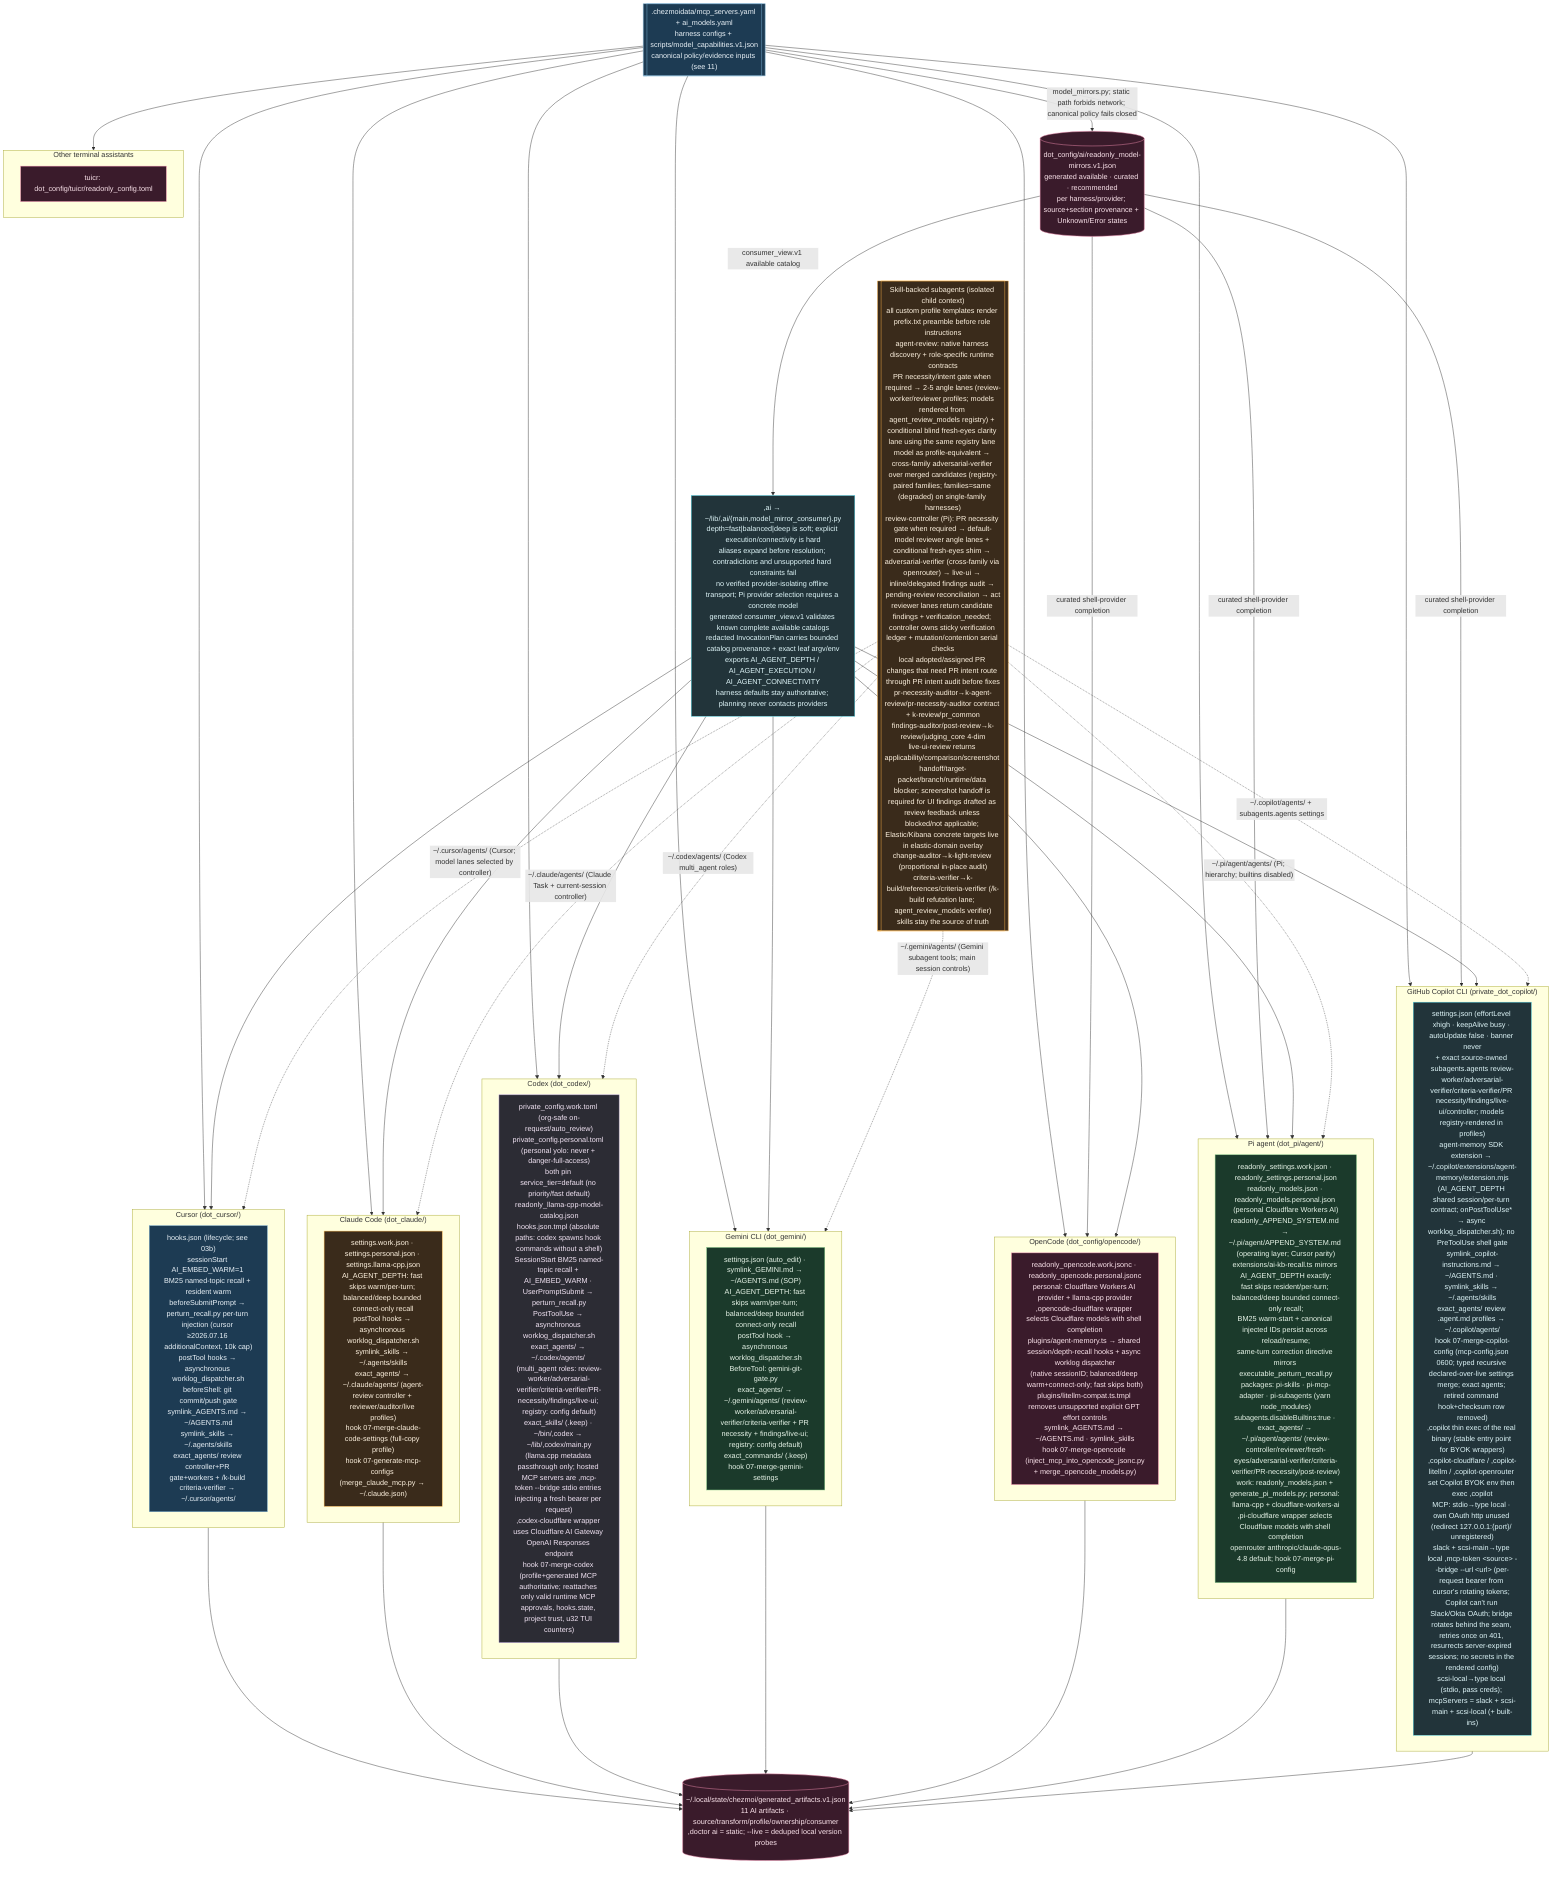
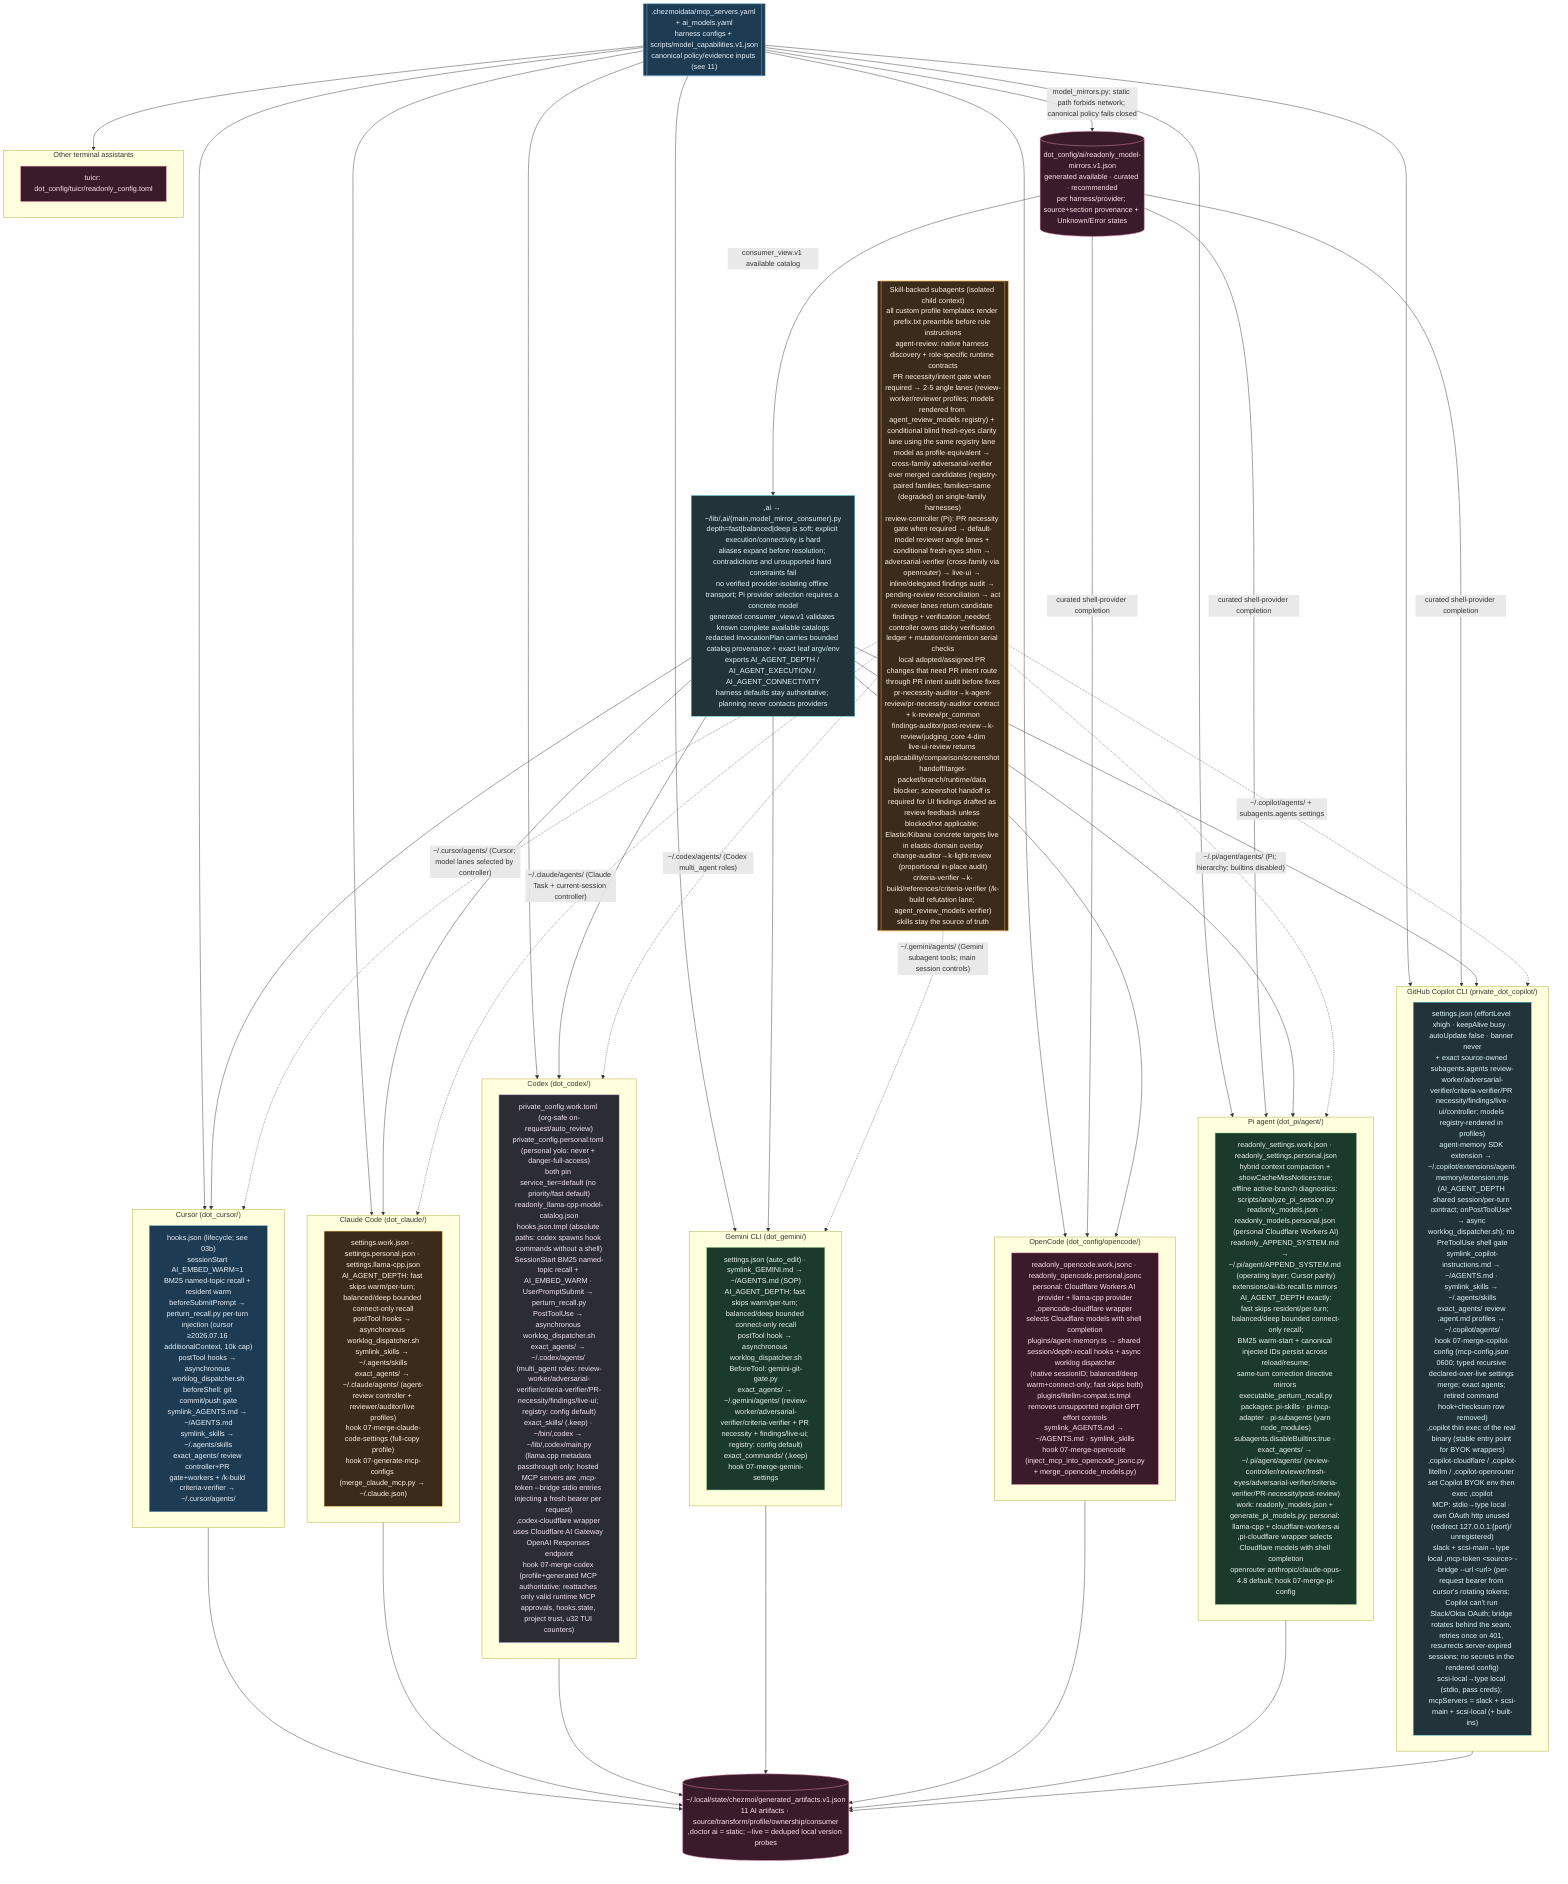
%% ============================================================================
%% 12-ai-tool-configs.mmd — Every per-tool AI config file in home/.
%% Pattern: source carries .work + .personal variants; a 07-merge-* hook picks
%% by isWork and merges generated MCP/model blocks into the live config.
%% ============================================================================
flowchart TB
    classDef cursor fill:#1d3b53,stroke:#7fb3d5,color:#eaf2f8;
    classDef claude fill:#3a2b1b,stroke:#ffb74d,color:#fff3e0;
    classDef codex fill:#2c2c34,stroke:#b39ddb,color:#f3e5f5;
    classDef gem fill:#1b3a2b,stroke:#81c784,color:#e8f5e9;
    classDef oc fill:#3a1b2b,stroke:#f48fb1,color:#fce4ec;
    classDef cop fill:#22343a,stroke:#4dd0e1,color:#e0f7fa;

    LAUNCH[",ai → ~/lib/,ai/{main,model_mirror_consumer}.py<br/>depth=fast|balanced|deep is soft; explicit execution/connectivity is hard<br/>aliases expand before resolution; contradictions and unsupported hard constraints fail<br/>no verified provider-isolating offline transport; Pi provider selection requires a concrete model<br/>generated consumer_view.v1 validates known complete available catalogs<br/>redacted InvocationPlan carries bounded catalog provenance + exact leaf argv/env<br/>exports AI_AGENT_DEPTH / AI_AGENT_EXECUTION / AI_AGENT_CONNECTIVITY<br/>harness defaults stay authoritative; planning never contacts providers"]:::cop

    subgraph CURSOR["Cursor (dot_cursor/)"]
        CU["hooks.json (lifecycle; see 03b)<br/>sessionStart AI_EMBED_WARM=1 BM25 named-topic recall + resident warm<br/>beforeSubmitPrompt → perturn_recall.py per-turn injection (cursor ≥2026.07.16 additionalContext, 10k cap)<br/>postTool hooks → asynchronous worklog_dispatcher.sh<br/>beforeShell: git commit/push gate<br/>symlink_AGENTS.md → ~/AGENTS.md<br/>symlink_skills → ~/.agents/skills<br/>exact_agents/ review controller+PR gate+workers + /k-build criteria-verifier → ~/.cursor/agents/"]:::cursor
    end

    subgraph CLAUDE["Claude Code (dot_claude/)"]
        CLD["settings.work.json · settings.personal.json · settings.llama-cpp.json<br/>AI_AGENT_DEPTH: fast skips warm/per-turn; balanced/deep bounded connect-only recall<br/>postTool hooks → asynchronous worklog_dispatcher.sh<br/>symlink_skills → ~/.agents/skills<br/>exact_agents/ → ~/.claude/agents/ (agent-review controller + reviewer/auditor/live profiles)<br/>hook 07-merge-claude-code-settings (full-copy profile)<br/>hook 07-generate-mcp-configs (merge_claude_mcp.py → ~/.claude.json)"]:::claude
    end

    subgraph CODEX["Codex (dot_codex/)"]
        CDX["private_config.work.toml (org-safe on-request/auto_review)<br/>private_config.personal.toml (personal yolo: never + danger-full-access)<br/>both pin service_tier=default (no priority/fast default)<br/>readonly_llama-cpp-model-catalog.json<br/>hooks.json.tmpl (absolute paths: codex spawns hook commands without a shell)<br/>SessionStart BM25 named-topic recall + AI_EMBED_WARM · UserPromptSubmit → perturn_recall.py<br/>PostToolUse → asynchronous worklog_dispatcher.sh<br/>exact_agents/ → ~/.codex/agents/ (multi_agent roles: review-worker/adversarial-verifier/criteria-verifier/PR-necessity/findings/live-ui; registry: config default)<br/>exact_skills/ (.keep) · ~/bin/,codex → ~/lib/,codex/main.py<br/>(llama.cpp metadata passthrough only; hosted MCP servers are ,mcp-token --bridge stdio entries injecting a fresh bearer per request)<br/>,codex-cloudflare wrapper uses Cloudflare AI Gateway OpenAI Responses endpoint<br/>hook 07-merge-codex (profile+generated MCP authoritative; reattaches only valid runtime MCP approvals, hooks.state, project trust, u32 TUI counters)"]:::codex
    end

    subgraph GEMINI["Gemini CLI (dot_gemini/)"]
        GMN["settings.json (auto_edit) · symlink_GEMINI.md → ~/AGENTS.md (SOP)<br/>AI_AGENT_DEPTH: fast skips warm/per-turn; balanced/deep bounded connect-only recall<br/>postTool hook → asynchronous worklog_dispatcher.sh<br/>BeforeTool: gemini-git-gate.py<br/>exact_agents/ → ~/.gemini/agents/ (review-worker/adversarial-verifier/criteria-verifier + PR necessity + findings/live-ui; registry: config default)<br/>exact_commands/ (.keep)<br/>hook 07-merge-gemini-settings"]:::gem
    end

    subgraph OPENCODE["OpenCode (dot_config/opencode/)"]
        OPC["readonly_opencode.work.jsonc · readonly_opencode.personal.jsonc<br/>personal: Cloudflare Workers AI provider + llama-cpp provider<br/>,opencode-cloudflare wrapper selects Cloudflare models with shell completion<br/>plugins/agent-memory.ts → shared session/depth-recall hooks + async worklog dispatcher<br/>(native sessionID; balanced/deep warm+connect-only; fast skips both)<br/>plugins/litellm-compat.ts.tmpl removes unsupported explicit GPT effort controls<br/>symlink_AGENTS.md → ~/AGENTS.md · symlink_skills<br/>hook 07-merge-opencode (inject_mcp_into_opencode_jsonc.py<br/>+ merge_opencode_models.py)"]:::oc
    end

    subgraph PI["Pi agent (dot_pi/agent/)"]
-         PIA["readonly_settings.work.json · readonly_settings.personal.json<br/>readonly_models.json · readonly_models.personal.json (personal Cloudflare Workers AI)<br/>readonly_APPEND_SYSTEM.md → ~/.pi/agent/APPEND_SYSTEM.md (operating layer; Cursor parity)<br/>extensions/ai-kb-recall.ts mirrors AI_AGENT_DEPTH exactly:<br/>fast skips resident/per-turn; balanced/deep bounded connect-only recall;<br/>BM25 warm-start + canonical injected IDs persist across reload/resume;<br/>same-turn correction directive mirrors executable_perturn_recall.py<br/>packages: pi-skills · pi-mcp-adapter · pi-subagents (yarn node_modules)<br/>subagents.disableBuiltins:true · exact_agents/ → ~/.pi/agent/agents/ (review-controller/reviewer/fresh-eyes/adversarial-verifier/criteria-verifier/PR-necessity/post-review)<br/>work: readonly_models.json + generate_pi_models.py; personal: llama-cpp + cloudflare-workers-ai<br/>,pi-cloudflare wrapper selects Cloudflare models with shell completion<br/>openrouter anthropic/claude-opus-4.8 default; hook 07-merge-pi-config"]:::gem
+         PIA["readonly_settings.work.json · readonly_settings.personal.json<br/>hybrid context compaction + showCacheMissNotices:true;<br/>offline active-branch diagnostics: scripts/analyze_pi_session.py<br/>readonly_models.json · readonly_models.personal.json (personal Cloudflare Workers AI)<br/>readonly_APPEND_SYSTEM.md → ~/.pi/agent/APPEND_SYSTEM.md (operating layer; Cursor parity)<br/>extensions/ai-kb-recall.ts mirrors AI_AGENT_DEPTH exactly:<br/>fast skips resident/per-turn; balanced/deep bounded connect-only recall;<br/>BM25 warm-start + canonical injected IDs persist across reload/resume;<br/>same-turn correction directive mirrors executable_perturn_recall.py<br/>packages: pi-skills · pi-mcp-adapter · pi-subagents (yarn node_modules)<br/>subagents.disableBuiltins:true · exact_agents/ → ~/.pi/agent/agents/ (review-controller/reviewer/fresh-eyes/adversarial-verifier/criteria-verifier/PR-necessity/post-review)<br/>work: readonly_models.json + generate_pi_models.py; personal: llama-cpp + cloudflare-workers-ai<br/>,pi-cloudflare wrapper selects Cloudflare models with shell completion<br/>openrouter anthropic/claude-opus-4.8 default; hook 07-merge-pi-config"]:::gem
    end

    subgraph COPILOT["GitHub Copilot CLI (private_dot_copilot/)"]
        COP["settings.json (effortLevel xhigh · keepAlive busy · autoUpdate false · banner never<br/>+ exact source-owned subagents.agents review-worker/adversarial-verifier/criteria-verifier/PR necessity/findings/live-ui/controller; models registry-rendered in profiles)<br/>agent-memory SDK extension → ~/.copilot/extensions/agent-memory/extension.mjs<br/>(AI_AGENT_DEPTH shared session/per-turn contract; onPostToolUse* → async worklog_dispatcher.sh); no PreToolUse shell gate<br/>symlink_copilot-instructions.md → ~/AGENTS.md · symlink_skills → ~/.agents/skills<br/>exact_agents/ review .agent.md profiles → ~/.copilot/agents/<br/>hook 07-merge-copilot-config (mcp-config.json 0600; typed recursive declared-over-live settings merge; exact agents; retired command hook+checksum row removed)<br/>,copilot thin exec of the real binary (stable entry point for BYOK wrappers)<br/>,copilot-cloudflare / ,copilot-litellm / ,copilot-openrouter set Copilot BYOK env then exec ,copilot<br/>MCP: stdio→type local · own OAuth http unused (redirect 127.0.0.1:{port}/ unregistered)<br/>slack + scsi-main→type local ,mcp-token &lt;source&gt; --bridge --url &lt;url&gt; (per-request bearer from cursor's rotating tokens; Copilot can't run Slack/Okta OAuth; bridge rotates behind the seam, retries once on 401, resurrects server-expired sessions; no secrets in the rendered config)<br/>scsi-local→type local (stdio, pass creds); mcpServers = slack + scsi-main + scsi-local (+ built-ins)"]:::cop
    end

    subgraph OTHER["Other terminal assistants"]
        TUI["tuicr: dot_config/tuicr/readonly_config.toml"]:::oc
    end

    REG[[".chezmoidata/mcp_servers.yaml + ai_models.yaml<br/>harness configs + scripts/model_capabilities.v1.json<br/>canonical policy/evidence inputs (see 11)"]]:::cursor
    REG --> CURSOR & CLAUDE & CODEX & GEMINI & OPENCODE & PI & COPILOT & OTHER
    MIRROR[("dot_config/ai/readonly_model-mirrors.v1.json<br/>generated available · curated · recommended<br/>per harness/provider; source+section provenance + Unknown/Error states")]:::oc
    REG -->|"model_mirrors.py; static path forbids network; canonical policy fails closed"| MIRROR
    MIRROR -->|"consumer_view.v1 available catalog"| LAUNCH
    MIRROR -->|"curated shell-provider completion"| OPENCODE & PI & COPILOT
    LAUNCH --> CURSOR & CLAUDE & CODEX & GEMINI & OPENCODE & PI & COPILOT
    LEDGER[("~/.local/state/chezmoi/generated_artifacts.v1.json<br/>11 AI artifacts · source/transform/profile/ownership/consumer<br/>,doctor ai = static; --live = deduped local version probes")]:::oc
    CURSOR & CLAUDE & CODEX & GEMINI & OPENCODE & PI & COPILOT --> LEDGER

    SUBA[["Skill-backed subagents (isolated child context)<br/>all custom profile templates render prefix.txt preamble before role instructions<br/>agent-review: native harness discovery + role-specific runtime contracts<br/>PR necessity/intent gate when required → 2-5 angle lanes (review-worker/reviewer profiles; models rendered from agent_review_models registry) + conditional blind fresh-eyes clarity lane using the same registry lane model as profile-equivalent → cross-family adversarial-verifier over merged candidates (registry-paired families; families=same (degraded) on single-family harnesses)<br/>review-controller (Pi): PR necessity gate when required → default-model reviewer angle lanes + conditional fresh-eyes shim → adversarial-verifier (cross-family via openrouter) → live-ui → inline/delegated findings audit → pending-review reconciliation → act<br/>reviewer lanes return candidate findings + verification_needed; controller owns sticky verification ledger + mutation/contention serial checks<br/>local adopted/assigned PR changes that need PR intent route through PR intent audit before fixes<br/>pr-necessity-auditor→k-agent-review/pr-necessity-auditor contract + k-review/pr_common<br/>findings-auditor/post-review→k-review/judging_core 4-dim<br/>live-ui-review returns applicability/comparison/screenshot handoff/target-packet/branch/runtime/data blocker; screenshot handoff is required for UI findings drafted as review feedback unless blocked/not applicable; Elastic/Kibana concrete targets live in elastic-domain overlay<br/>change-auditor→k-light-review (proportional in-place audit)<br/>criteria-verifier→k-build/references/criteria-verifier (/k-build refutation lane; agent_review_models verifier)<br/>skills stay the source of truth"]]:::claude
    SUBA -.->|"~/.cursor/agents/ (Cursor; model lanes selected by controller)"| CURSOR
    SUBA -.->|"~/.copilot/agents/ + subagents.agents settings"| COPILOT
    SUBA -.->|"~/.claude/agents/ (Claude Task + current-session controller)"| CLAUDE
    SUBA -.->|"~/.codex/agents/ (Codex multi_agent roles)"| CODEX
    SUBA -.->|"~/.gemini/agents/ (Gemini subagent tools; main session controls)"| GEMINI
    SUBA -.->|"~/.pi/agent/agents/ (Pi; hierarchy; builtins disabled)"| PI
